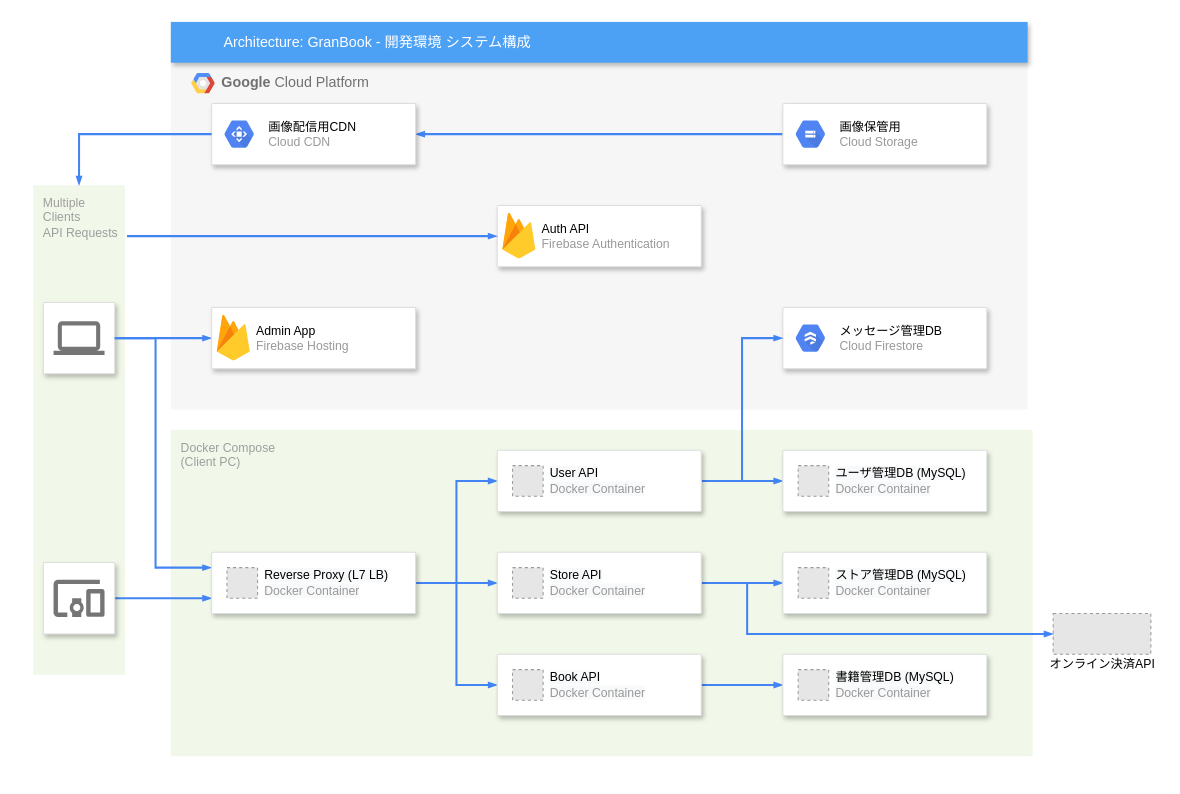
calmato/gran-book keeps this draw.io diagram as docs/14_infrastructure/11_gcp/gran-book-dev.drawio. Above is the earlier version. Source tidied: cells renumbered, new cells numbered last; positions are measured from the earlier drawing's top-left corner, leaving out a move shared by most shapes. Both pictures are drawn from the tidied source at 102%, with x=0, y=0 at pixel (33, 21). Pictures stored in the file or linked from it are replaced by grey dashed boxes.
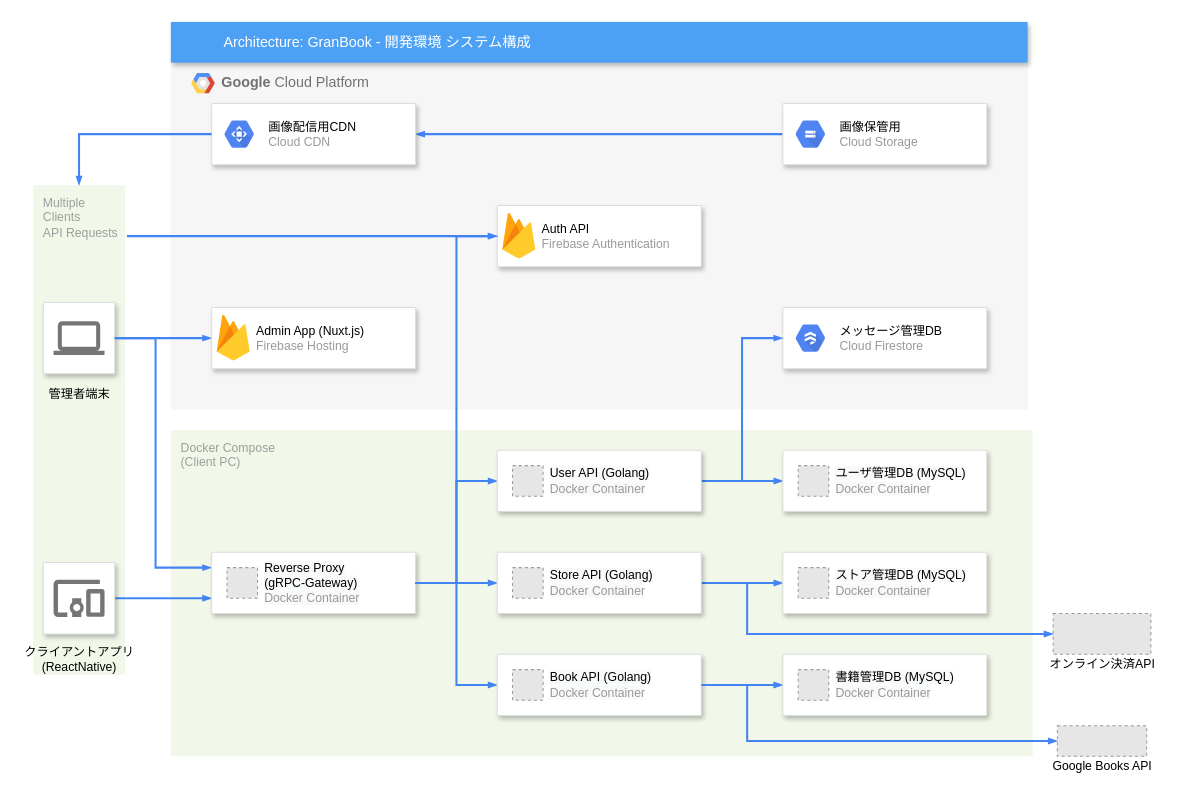
After the change.

Unchanged cells that the change refers to:
```xml
<mxCell id="13" style="strokeColor=#dddddd;shadow=1;strokeWidth=1;rounded=1;absoluteArcSize=1;arcSize=2;" parent="1" vertex="1">
  <mxGeometry x="455" y="180" width="200" height="60" as="geometry" />
</mxCell>
<mxCell id="33" style="strokeColor=#dddddd;shadow=1;strokeWidth=1;rounded=1;absoluteArcSize=1;arcSize=2;" parent="1" vertex="1">
  <mxGeometry x="175" y="280" width="200" height="60" as="geometry" />
</mxCell>
<mxCell id="37" style="group;" parent="1" vertex="1">
  <mxGeometry x="175" y="520" width="200" height="60" as="geometry" />
</mxCell>
<mxCell id="38" style="strokeColor=#dddddd;shadow=1;strokeWidth=1;rounded=1;absoluteArcSize=1;arcSize=2;gradientColor=none;" parent="37" vertex="1">
  <mxGeometry width="200" height="60" as="geometry" />
</mxCell>
<mxCell id="40" style="group;" parent="1" vertex="1">
  <mxGeometry x="455" y="420" width="200" height="60" as="geometry" />
</mxCell>
<mxCell id="43" style="group;" parent="1" vertex="1">
  <mxGeometry x="455" y="520" width="200" height="60" as="geometry" />
</mxCell>
<mxCell id="46" style="group;" parent="1" vertex="1">
  <mxGeometry x="455" y="620" width="200" height="60" as="geometry" />
</mxCell>
```

Change to the diagram source:
```diff
@@
-    <mxCell id="34" value="&lt;font color=&quot;#000000&quot;&gt;Admin App&lt;br&gt;&lt;/font&gt;Firebase Hosting" style="dashed=0;html=1;fillColor=#5184F3;strokeColor=none;shape=mxgraph.gcp2.firebase;labelPosition=right;verticalLabelPosition=middle;align=left;verticalAlign=middle;spacingLeft=5;fontColor=#999999;fontSize=12;" parent="33" vertex="1">
+    <mxCell id="34" value="&lt;font color=&quot;#000000&quot;&gt;Admin App (Nuxt.js)&lt;br&gt;&lt;/font&gt;Firebase Hosting" style="dashed=0;html=1;fillColor=#5184F3;strokeColor=none;shape=mxgraph.gcp2.firebase;labelPosition=right;verticalLabelPosition=middle;align=left;verticalAlign=middle;spacingLeft=5;fontColor=#999999;fontSize=12;" parent="33" vertex="1">
       <mxGeometry width="32.4" height="45" relative="1" as="geometry">
         <mxPoint x="5" y="7" as="offset" />
       </mxGeometry>
     </mxCell>
@@
-    <mxCell id="39" value="&lt;font color=&quot;#000000&quot; style=&quot;background-color: rgb(248 , 249 , 250)&quot;&gt;Reverse Proxy (L7 LB)&lt;/font&gt;&lt;br style=&quot;color: rgb(153 , 153 , 153) ; background-color: rgb(248 , 249 , 250)&quot;&gt;&lt;span style=&quot;color: rgb(153 , 153 , 153) ; background-color: rgb(248 , 249 , 250)&quot;&gt;Docker Container&lt;/span&gt;" style="fillColor=#E6E6E6;strokeColor=#999999;dashed=1;html=1;verticalAlign=middle;verticalLabelPosition=middle;labelBackgroundColor=#ffffff;align=left;labelPosition=right;spacingLeft=5;" parent="37" vertex="1">
+    <mxCell id="39" value="&lt;font color=&quot;#000000&quot; style=&quot;background-color: rgb(248 , 249 , 250)&quot;&gt;Reverse Proxy&lt;br&gt;(gRPC-Gateway)&lt;/font&gt;&lt;br style=&quot;color: rgb(153 , 153 , 153) ; background-color: rgb(248 , 249 , 250)&quot;&gt;&lt;span style=&quot;color: rgb(153 , 153 , 153) ; background-color: rgb(248 , 249 , 250)&quot;&gt;Docker Container&lt;/span&gt;" style="fillColor=#E6E6E6;strokeColor=#999999;dashed=1;html=1;verticalAlign=middle;verticalLabelPosition=middle;labelBackgroundColor=#ffffff;align=left;labelPosition=right;spacingLeft=5;" parent="37" vertex="1">
       <mxGeometry x="15" y="15" width="30" height="30" as="geometry" />
     </mxCell>
@@
-    <mxCell id="42" value="&lt;font color=&quot;#000000&quot; style=&quot;background-color: rgb(248 , 249 , 250)&quot;&gt;User API&lt;/font&gt;&lt;br style=&quot;color: rgb(153 , 153 , 153) ; background-color: rgb(248 , 249 , 250)&quot;&gt;&lt;span style=&quot;color: rgb(153 , 153 , 153) ; background-color: rgb(248 , 249 , 250)&quot;&gt;Docker Container&lt;/span&gt;" style="fillColor=#E6E6E6;strokeColor=#999999;dashed=1;html=1;verticalAlign=middle;verticalLabelPosition=middle;labelBackgroundColor=#ffffff;align=left;labelPosition=right;spacingLeft=5;" parent="40" vertex="1">
+    <mxCell id="42" value="&lt;font color=&quot;#000000&quot; style=&quot;background-color: rgb(248 , 249 , 250)&quot;&gt;User API (Golang)&lt;/font&gt;&lt;br style=&quot;color: rgb(153 , 153 , 153) ; background-color: rgb(248 , 249 , 250)&quot;&gt;&lt;span style=&quot;color: rgb(153 , 153 , 153) ; background-color: rgb(248 , 249 , 250)&quot;&gt;Docker Container&lt;/span&gt;" style="fillColor=#E6E6E6;strokeColor=#999999;dashed=1;html=1;verticalAlign=middle;verticalLabelPosition=middle;labelBackgroundColor=#ffffff;align=left;labelPosition=right;spacingLeft=5;" parent="40" vertex="1">
       <mxGeometry x="15" y="15" width="30" height="30" as="geometry" />
     </mxCell>
@@
-    <mxCell id="45" value="&lt;font color=&quot;#000000&quot; style=&quot;background-color: rgb(248 , 249 , 250)&quot;&gt;Store API&lt;/font&gt;&lt;br style=&quot;color: rgb(153 , 153 , 153) ; background-color: rgb(248 , 249 , 250)&quot;&gt;&lt;span style=&quot;color: rgb(153 , 153 , 153) ; background-color: rgb(248 , 249 , 250)&quot;&gt;Docker Container&lt;/span&gt;" style="fillColor=#E6E6E6;strokeColor=#999999;dashed=1;html=1;verticalAlign=middle;verticalLabelPosition=middle;labelBackgroundColor=#ffffff;align=left;labelPosition=right;spacingLeft=5;" parent="43" vertex="1">
+    <mxCell id="45" value="&lt;font color=&quot;#000000&quot; style=&quot;background-color: rgb(248 , 249 , 250)&quot;&gt;Store API (Golang)&lt;/font&gt;&lt;br style=&quot;color: rgb(153 , 153 , 153) ; background-color: rgb(248 , 249 , 250)&quot;&gt;&lt;span style=&quot;color: rgb(153 , 153 , 153) ; background-color: rgb(248 , 249 , 250)&quot;&gt;Docker Container&lt;/span&gt;" style="fillColor=#E6E6E6;strokeColor=#999999;dashed=1;html=1;verticalAlign=middle;verticalLabelPosition=middle;labelBackgroundColor=#ffffff;align=left;labelPosition=right;spacingLeft=5;" parent="43" vertex="1">
       <mxGeometry x="15" y="15" width="30" height="30" as="geometry" />
     </mxCell>
@@
-    <mxCell id="48" value="&lt;font color=&quot;#000000&quot; style=&quot;background-color: rgb(248 , 249 , 250)&quot;&gt;Book API&lt;/font&gt;&lt;br style=&quot;color: rgb(153 , 153 , 153) ; background-color: rgb(248 , 249 , 250)&quot;&gt;&lt;span style=&quot;color: rgb(153 , 153 , 153) ; background-color: rgb(248 , 249 , 250)&quot;&gt;Docker Container&lt;/span&gt;" style="fillColor=#E6E6E6;strokeColor=#999999;dashed=1;html=1;verticalAlign=middle;verticalLabelPosition=middle;labelBackgroundColor=#ffffff;align=left;labelPosition=right;spacingLeft=5;" parent="46" vertex="1">
+    <mxCell id="48" value="&lt;font color=&quot;#000000&quot; style=&quot;background-color: rgb(248 , 249 , 250)&quot;&gt;Book API (Golang)&lt;/font&gt;&lt;br style=&quot;color: rgb(153 , 153 , 153) ; background-color: rgb(248 , 249 , 250)&quot;&gt;&lt;span style=&quot;color: rgb(153 , 153 , 153) ; background-color: rgb(248 , 249 , 250)&quot;&gt;Docker Container&lt;/span&gt;" style="fillColor=#E6E6E6;strokeColor=#999999;dashed=1;html=1;verticalAlign=middle;verticalLabelPosition=middle;labelBackgroundColor=#ffffff;align=left;labelPosition=right;spacingLeft=5;" parent="46" vertex="1">
       <mxGeometry x="15" y="15" width="30" height="30" as="geometry" />
     </mxCell>
@@
+    <mxCell id="58" style="fillColor=#E6E6E6;strokeColor=#999999;dashed=1;verticalLabelPosition=bottom;labelBackgroundColor=#ffffff;verticalAlign=top;" parent="1" vertex="1">
+      <mxGeometry x="1004.1" y="690" width="87.6" height="30" as="geometry" />
+    </mxCell>
+    <mxCell id="59" value="Google Books API" style="text;html=1;align=center;verticalAlign=middle;fillColor=none;strokeColor=none;rounded=0;" parent="1" vertex="1">
+      <mxGeometry x="992.9" y="720" width="110" height="20" as="geometry" />
+    </mxCell>
+    <mxCell id="60" style="edgeStyle=orthogonalEdgeStyle;rounded=0;elbow=vertical;html=1;labelBackgroundColor=none;startFill=1;startSize=4;endArrow=blockThin;endFill=1;endSize=4;jettySize=auto;strokeColor=#4284F3;strokeWidth=2;fontSize=12;fontColor=#000000;align=left;dashed=0;entryX=0;entryY=0.5;entryDx=0;entryDy=0;exitX=1;exitY=0.5;exitDx=0;exitDy=0;" parent="1" edge="1" target="58">
+      <mxGeometry relative="1" as="geometry">
+        <mxPoint x="655" y="650" as="sourcePoint" />
+        <Array as="points">
+          <mxPoint x="700" y="650" />
+          <mxPoint x="700" y="705" />
+        </Array>
+      </mxGeometry>
+    </mxCell>
+    <mxCell id="61" style="edgeStyle=orthogonalEdgeStyle;rounded=0;elbow=vertical;html=1;labelBackgroundColor=none;startFill=1;startSize=4;endArrow=blockThin;endFill=1;endSize=4;jettySize=auto;strokeColor=#4284F3;strokeWidth=2;fontSize=12;fontColor=#000000;align=left;dashed=0;entryX=0;entryY=0.5;entryDx=0;entryDy=0;exitX=0.997;exitY=0.501;exitDx=0;exitDy=0;exitPerimeter=0;" parent="1" edge="1" source="38" target="13">
+      <mxGeometry relative="1" as="geometry">
+        <Array as="points">
+          <mxPoint x="415" y="550" />
+          <mxPoint x="415" y="210" />
+        </Array>
+      </mxGeometry>
+    </mxCell>
+    <mxCell id="62" value="管理者端末" style="text;html=1;align=center;verticalAlign=middle;fillColor=none;strokeColor=none;rounded=0;" parent="1" vertex="1">
+      <mxGeometry x="5" y="355" width="80" height="20" as="geometry" />
+    </mxCell>
+    <mxCell id="63" value="クライアントアプリ&lt;br&gt;(ReactNative)" style="text;html=1;align=center;verticalAlign=middle;fillColor=none;strokeColor=none;rounded=0;" parent="1" vertex="1">
+      <mxGeometry x="-15" y="610" width="120" height="30" as="geometry" />
+    </mxCell>
```
